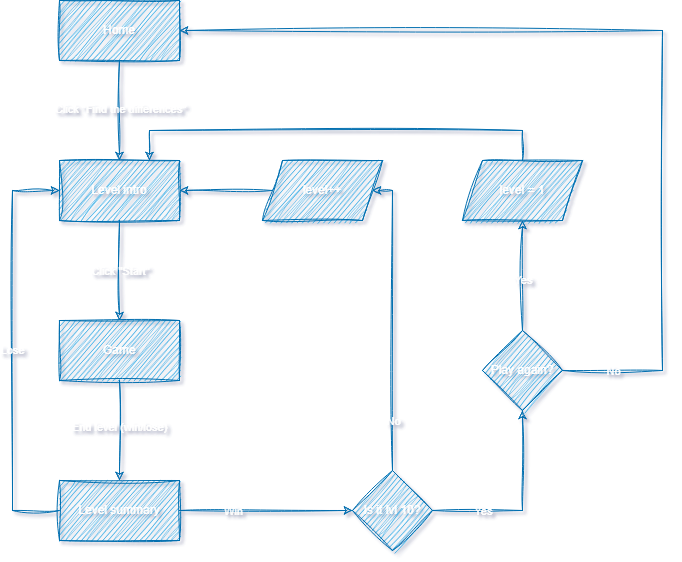
Earlier version of the draw.io export flowchart.png (vasilyoshev/ai-assistant). Source tidied: cells renumbered, new cells last; positions are measured from the earlier drawing's top-left corner, leaving out a move shared by most shapes.
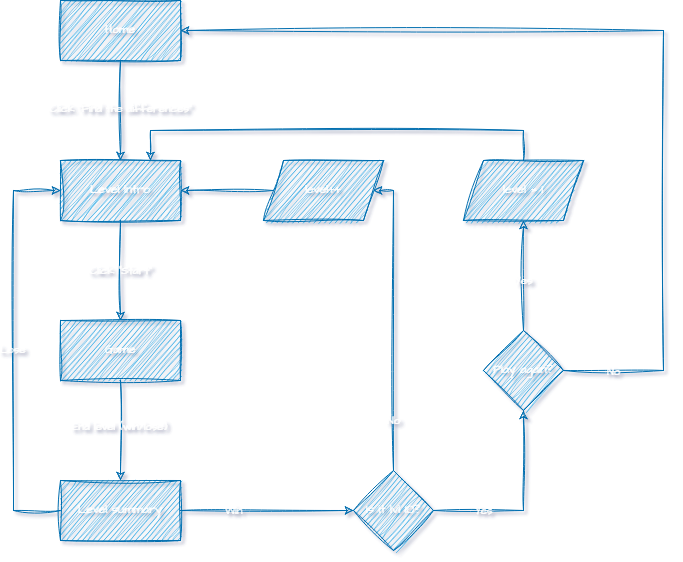
The same file after the commit.

The edit, as a diff of the source:
```diff
@@ -2,34 +2,34 @@
   <root>
     <mxCell id="0" />
     <mxCell id="1" parent="0" />
-    <mxCell id="2" style="edgeStyle=orthogonalEdgeStyle;rounded=0;jettySize=auto;html=1;labelBackgroundColor=none;fontColor=default;strokeColor=#006EAF;sketch=1;curveFitting=1;jiggle=2;strokeWidth=1;fillColor=#1ba1e2;" parent="1" edge="1" source="4" target="7">
+    <mxCell id="2" style="edgeStyle=orthogonalEdgeStyle;rounded=0;jettySize=auto;html=1;labelBackgroundColor=none;fontColor=default;strokeColor=#006EAF;sketch=1;curveFitting=1;jiggle=2;strokeWidth=1;fillColor=#1ba1e2;fontFamily=Architects Daughter;" parent="1" edge="1" source="4" target="7">
       <mxGeometry relative="1" as="geometry" />
     </mxCell>
-    <mxCell id="3" value="Click &quot;Find the differences&quot;" style="edgeLabel;html=1;align=center;verticalAlign=middle;labelBackgroundColor=none;rounded=0;fontColor=#FFFFFF;sketch=1;curveFitting=1;jiggle=2;" parent="2" vertex="1">
+    <mxCell id="3" value="Click &quot;Find the differences&quot;" style="edgeLabel;html=1;align=center;verticalAlign=middle;labelBackgroundColor=none;rounded=0;fontColor=#FFFFFF;sketch=1;curveFitting=1;jiggle=2;fontFamily=Architects Daughter;textShadow=0;" parent="2" vertex="1">
       <mxGeometry x="-0.04" relative="1" as="geometry" />
     </mxCell>
-    <mxCell id="4" value="Home" style="rounded=0;whiteSpace=wrap;html=1;labelBackgroundColor=none;strokeWidth=1;perimeterSpacing=0;sketch=1;curveFitting=1;jiggle=2;fillColor=#1ba1e2;fontColor=#ffffff;strokeColor=#006EAF;" parent="1" vertex="1">
+    <mxCell id="4" value="Home" style="rounded=0;whiteSpace=wrap;html=1;labelBackgroundColor=none;strokeWidth=1;perimeterSpacing=0;sketch=1;curveFitting=1;jiggle=2;fillColor=#1ba1e2;fontColor=#ffffff;strokeColor=#006EAF;fontFamily=Architects Daughter;textShadow=0;" parent="1" vertex="1">
       <mxGeometry x="47" width="120" height="60" as="geometry" />
     </mxCell>
-    <mxCell id="5" style="edgeStyle=orthogonalEdgeStyle;rounded=0;jettySize=auto;html=1;exitX=0.5;exitY=1;exitDx=0;exitDy=0;entryX=0.5;entryY=0;entryDx=0;entryDy=0;labelBackgroundColor=none;fontColor=default;strokeColor=#006EAF;sketch=1;curveFitting=1;jiggle=2;strokeWidth=1;fillColor=#1ba1e2;" parent="1" edge="1" source="7" target="10">
+    <mxCell id="5" style="edgeStyle=orthogonalEdgeStyle;rounded=0;jettySize=auto;html=1;exitX=0.5;exitY=1;exitDx=0;exitDy=0;entryX=0.5;entryY=0;entryDx=0;entryDy=0;labelBackgroundColor=none;fontColor=default;strokeColor=#006EAF;sketch=1;curveFitting=1;jiggle=2;strokeWidth=1;fillColor=#1ba1e2;fontFamily=Architects Daughter;" parent="1" edge="1" source="7" target="10">
       <mxGeometry relative="1" as="geometry" />
     </mxCell>
-    <mxCell id="6" value="Click &quot;Start&quot;" style="edgeLabel;html=1;align=center;verticalAlign=middle;labelBackgroundColor=none;rounded=0;fontColor=#FFFFFF;sketch=1;curveFitting=1;jiggle=2;" parent="5" vertex="1">
+    <mxCell id="6" value="Click &quot;Start&quot;" style="edgeLabel;html=1;align=center;verticalAlign=middle;labelBackgroundColor=none;rounded=0;fontColor=#FFFFFF;sketch=1;curveFitting=1;jiggle=2;fontFamily=Architects Daughter;" parent="5" vertex="1">
       <mxGeometry relative="1" as="geometry" />
     </mxCell>
-    <mxCell id="7" value="Level intro" style="rounded=0;whiteSpace=wrap;html=1;labelBackgroundColor=none;strokeWidth=1;sketch=1;curveFitting=1;jiggle=2;fillColor=#1ba1e2;fontColor=#ffffff;strokeColor=#006EAF;" parent="1" vertex="1">
+    <mxCell id="7" value="Level intro" style="rounded=0;whiteSpace=wrap;html=1;labelBackgroundColor=none;strokeWidth=1;sketch=1;curveFitting=1;jiggle=2;fillColor=#1ba1e2;fontColor=#ffffff;strokeColor=#006EAF;fontFamily=Architects Daughter;" parent="1" vertex="1">
       <mxGeometry x="47" y="160" width="120" height="60" as="geometry" />
     </mxCell>
-    <mxCell id="8" style="edgeStyle=orthogonalEdgeStyle;rounded=0;jettySize=auto;html=1;entryX=0.5;entryY=0;entryDx=0;entryDy=0;labelBackgroundColor=none;fontColor=default;strokeColor=#006EAF;sketch=1;curveFitting=1;jiggle=2;strokeWidth=1;fillColor=#1ba1e2;" parent="1" edge="1" source="10" target="15">
+    <mxCell id="8" style="edgeStyle=orthogonalEdgeStyle;rounded=0;jettySize=auto;html=1;entryX=0.5;entryY=0;entryDx=0;entryDy=0;labelBackgroundColor=none;fontColor=default;strokeColor=#006EAF;sketch=1;curveFitting=1;jiggle=2;strokeWidth=1;fillColor=#1ba1e2;fontFamily=Architects Daughter;" parent="1" edge="1" source="10" target="15">
       <mxGeometry relative="1" as="geometry" />
     </mxCell>
-    <mxCell id="9" value="End level (win/lose)" style="edgeLabel;html=1;align=center;verticalAlign=middle;labelBackgroundColor=none;rounded=0;fontColor=#FFFFFF;sketch=1;curveFitting=1;jiggle=2;" parent="8" vertex="1">
+    <mxCell id="9" value="End level (win/lose)" style="edgeLabel;html=1;align=center;verticalAlign=middle;labelBackgroundColor=none;rounded=0;fontColor=#FFFFFF;sketch=1;curveFitting=1;jiggle=2;fontFamily=Architects Daughter;" parent="8" vertex="1">
       <mxGeometry x="-0.08" y="-1" relative="1" as="geometry" />
     </mxCell>
-    <mxCell id="10" value="Game" style="rounded=0;whiteSpace=wrap;html=1;labelBackgroundColor=none;strokeWidth=1;sketch=1;curveFitting=1;jiggle=2;fillColor=#1ba1e2;fontColor=#ffffff;strokeColor=#006EAF;" parent="1" vertex="1">
+    <mxCell id="10" value="Game" style="rounded=0;whiteSpace=wrap;html=1;labelBackgroundColor=none;strokeWidth=1;sketch=1;curveFitting=1;jiggle=2;fillColor=#1ba1e2;fontColor=#ffffff;strokeColor=#006EAF;fontFamily=Architects Daughter;" parent="1" vertex="1">
       <mxGeometry x="47" y="320" width="120" height="60" as="geometry" />
     </mxCell>
-    <mxCell id="11" style="edgeStyle=orthogonalEdgeStyle;rounded=0;jettySize=auto;html=1;entryX=0;entryY=0.5;entryDx=0;entryDy=0;labelBackgroundColor=none;fontColor=default;strokeColor=#006EAF;sketch=1;curveFitting=1;jiggle=2;strokeWidth=1;fillColor=#1ba1e2;" parent="1" edge="1" source="15" target="7">
+    <mxCell id="11" style="edgeStyle=orthogonalEdgeStyle;rounded=0;jettySize=auto;html=1;entryX=0;entryY=0.5;entryDx=0;entryDy=0;labelBackgroundColor=none;fontColor=default;strokeColor=#006EAF;sketch=1;curveFitting=1;jiggle=2;strokeWidth=1;fillColor=#1ba1e2;fontFamily=Architects Daughter;" parent="1" edge="1" source="15" target="7">
       <mxGeometry relative="1" as="geometry">
         <Array as="points">
           <mxPoint y="510" />
@@ -37,58 +37,58 @@
         </Array>
       </mxGeometry>
     </mxCell>
-    <mxCell id="12" value="Lose" style="edgeLabel;html=1;align=center;verticalAlign=middle;labelBackgroundColor=none;rounded=0;fontColor=#FFFFFF;sketch=1;curveFitting=1;jiggle=2;" parent="11" vertex="1">
+    <mxCell id="12" value="Lose" style="edgeLabel;html=1;align=center;verticalAlign=middle;labelBackgroundColor=none;rounded=0;fontColor=#FFFFFF;sketch=1;curveFitting=1;jiggle=2;fontFamily=Architects Daughter;" parent="11" vertex="1">
       <mxGeometry x="0.01" y="1" relative="1" as="geometry" />
     </mxCell>
-    <mxCell id="13" style="edgeStyle=orthogonalEdgeStyle;rounded=0;jettySize=auto;html=1;exitX=1;exitY=0.5;exitDx=0;exitDy=0;labelBackgroundColor=none;fontColor=default;strokeColor=#006EAF;sketch=1;curveFitting=1;jiggle=2;strokeWidth=1;fillColor=#1ba1e2;" parent="1" edge="1" source="15" target="20">
+    <mxCell id="13" style="edgeStyle=orthogonalEdgeStyle;rounded=0;jettySize=auto;html=1;exitX=1;exitY=0.5;exitDx=0;exitDy=0;labelBackgroundColor=none;fontColor=default;strokeColor=#006EAF;sketch=1;curveFitting=1;jiggle=2;strokeWidth=1;fillColor=#1ba1e2;fontFamily=Architects Daughter;" parent="1" edge="1" source="15" target="20">
       <mxGeometry relative="1" as="geometry" />
     </mxCell>
-    <mxCell id="14" value="Win" style="edgeLabel;html=1;align=center;verticalAlign=middle;labelBackgroundColor=none;rounded=0;fontColor=#FFFFFF;sketch=1;curveFitting=1;jiggle=2;" parent="13" vertex="1">
+    <mxCell id="14" value="Win" style="edgeLabel;html=1;align=center;verticalAlign=middle;labelBackgroundColor=none;rounded=0;fontColor=#FFFFFF;sketch=1;curveFitting=1;jiggle=2;fontFamily=Architects Daughter;" parent="13" vertex="1">
       <mxGeometry x="-0.2" y="-1" relative="1" as="geometry">
         <mxPoint x="-16" y="-1" as="offset" />
       </mxGeometry>
     </mxCell>
-    <mxCell id="15" value="Level summary" style="rounded=0;whiteSpace=wrap;html=1;labelBackgroundColor=none;strokeWidth=1;sketch=1;curveFitting=1;jiggle=2;fillColor=#1ba1e2;fontColor=#ffffff;strokeColor=#006EAF;" parent="1" vertex="1">
+    <mxCell id="15" value="Level summary" style="rounded=0;whiteSpace=wrap;html=1;labelBackgroundColor=none;strokeWidth=1;sketch=1;curveFitting=1;jiggle=2;fillColor=#1ba1e2;fontColor=#ffffff;strokeColor=#006EAF;fontFamily=Architects Daughter;" parent="1" vertex="1">
       <mxGeometry x="47" y="480" width="120" height="60" as="geometry" />
     </mxCell>
-    <mxCell id="16" style="edgeStyle=orthogonalEdgeStyle;rounded=0;jettySize=auto;html=1;exitX=0.5;exitY=0;exitDx=0;exitDy=0;entryX=1;entryY=0.5;entryDx=0;entryDy=0;labelBackgroundColor=none;fontColor=default;strokeColor=#006EAF;sketch=1;curveFitting=1;jiggle=2;strokeWidth=1;fillColor=#1ba1e2;" parent="1" edge="1" source="20" target="22">
+    <mxCell id="16" style="edgeStyle=orthogonalEdgeStyle;rounded=0;jettySize=auto;html=1;exitX=0.5;exitY=0;exitDx=0;exitDy=0;entryX=1;entryY=0.5;entryDx=0;entryDy=0;labelBackgroundColor=none;fontColor=default;strokeColor=#006EAF;sketch=1;curveFitting=1;jiggle=2;strokeWidth=1;fillColor=#1ba1e2;fontFamily=Architects Daughter;" parent="1" edge="1" source="20" target="22">
       <mxGeometry relative="1" as="geometry">
         <Array as="points">
           <mxPoint x="380" y="190" />
         </Array>
       </mxGeometry>
     </mxCell>
-    <mxCell id="17" value="No" style="edgeLabel;html=1;align=center;verticalAlign=middle;labelBackgroundColor=none;rounded=0;fontColor=#FFFFFF;sketch=1;curveFitting=1;jiggle=2;" parent="16" vertex="1">
+    <mxCell id="17" value="No" style="edgeLabel;html=1;align=center;verticalAlign=middle;labelBackgroundColor=none;rounded=0;fontColor=#FFFFFF;sketch=1;curveFitting=1;jiggle=2;fontFamily=Architects Daughter;" parent="16" vertex="1">
       <mxGeometry x="0.29" y="2" relative="1" as="geometry">
         <mxPoint x="2" y="143" as="offset" />
       </mxGeometry>
     </mxCell>
-    <mxCell id="18" style="edgeStyle=orthogonalEdgeStyle;rounded=0;jettySize=auto;html=1;entryX=0.5;entryY=1;entryDx=0;entryDy=0;labelBackgroundColor=none;fontColor=default;strokeColor=#006EAF;sketch=1;curveFitting=1;jiggle=2;strokeWidth=1;fillColor=#1ba1e2;" parent="1" edge="1" source="20" target="27">
+    <mxCell id="18" style="edgeStyle=orthogonalEdgeStyle;rounded=0;jettySize=auto;html=1;entryX=0.5;entryY=1;entryDx=0;entryDy=0;labelBackgroundColor=none;fontColor=default;strokeColor=#006EAF;sketch=1;curveFitting=1;jiggle=2;strokeWidth=1;fillColor=#1ba1e2;fontFamily=Architects Daughter;" parent="1" edge="1" source="20" target="27">
       <mxGeometry relative="1" as="geometry" />
     </mxCell>
-    <mxCell id="19" value="Yes" style="edgeLabel;html=1;align=center;verticalAlign=middle;labelBackgroundColor=none;rounded=0;fontColor=#FFFFFF;sketch=1;curveFitting=1;jiggle=2;" parent="18" vertex="1">
+    <mxCell id="19" value="Yes" style="edgeLabel;html=1;align=center;verticalAlign=middle;labelBackgroundColor=none;rounded=0;fontColor=#FFFFFF;sketch=1;curveFitting=1;jiggle=2;fontFamily=Architects Daughter;" parent="18" vertex="1">
       <mxGeometry x="-0.02" relative="1" as="geometry">
         <mxPoint x="-40" y="3" as="offset" />
       </mxGeometry>
     </mxCell>
-    <mxCell id="20" value="Is it lvl 10?" style="rhombus;whiteSpace=wrap;html=1;labelBackgroundColor=none;rounded=0;strokeWidth=1;sketch=1;curveFitting=1;jiggle=2;fillColor=#1ba1e2;fontColor=#ffffff;strokeColor=#006EAF;" parent="1" vertex="1">
+    <mxCell id="20" value="Is it lvl 10?" style="rhombus;whiteSpace=wrap;html=1;labelBackgroundColor=none;rounded=0;strokeWidth=1;sketch=1;curveFitting=1;jiggle=2;fillColor=#1ba1e2;fontColor=#ffffff;strokeColor=#006EAF;fontFamily=Architects Daughter;" parent="1" vertex="1">
       <mxGeometry x="340" y="470" width="80" height="80" as="geometry" />
     </mxCell>
-    <mxCell id="21" style="edgeStyle=orthogonalEdgeStyle;rounded=0;jettySize=auto;html=1;labelBackgroundColor=none;fontColor=default;strokeColor=#006EAF;sketch=1;curveFitting=1;jiggle=2;strokeWidth=1;fillColor=#1ba1e2;" parent="1" edge="1" source="22" target="7">
+    <mxCell id="21" style="edgeStyle=orthogonalEdgeStyle;rounded=0;jettySize=auto;html=1;labelBackgroundColor=none;fontColor=default;strokeColor=#006EAF;sketch=1;curveFitting=1;jiggle=2;strokeWidth=1;fillColor=#1ba1e2;fontFamily=Architects Daughter;" parent="1" edge="1" source="22" target="7">
       <mxGeometry relative="1" as="geometry" />
     </mxCell>
-    <mxCell id="22" value="level++" style="shape=parallelogram;perimeter=parallelogramPerimeter;whiteSpace=wrap;html=1;fixedSize=1;labelBackgroundColor=none;rounded=0;strokeWidth=1;sketch=1;curveFitting=1;jiggle=2;fillColor=#1ba1e2;fontColor=#ffffff;strokeColor=#006EAF;" parent="1" vertex="1">
+    <mxCell id="22" value="level++" style="shape=parallelogram;perimeter=parallelogramPerimeter;whiteSpace=wrap;html=1;fixedSize=1;labelBackgroundColor=none;rounded=0;strokeWidth=1;sketch=1;curveFitting=1;jiggle=2;fillColor=#1ba1e2;fontColor=#ffffff;strokeColor=#006EAF;fontFamily=Architects Daughter;" parent="1" vertex="1">
       <mxGeometry x="250" y="160" width="120" height="60" as="geometry" />
     </mxCell>
-    <mxCell id="23" style="edgeStyle=orthogonalEdgeStyle;rounded=0;jettySize=auto;html=1;entryX=0.5;entryY=1;entryDx=0;entryDy=0;labelBackgroundColor=none;fontColor=default;strokeColor=#006EAF;sketch=1;curveFitting=1;jiggle=2;strokeWidth=1;fillColor=#1ba1e2;" parent="1" edge="1" source="27" target="29">
+    <mxCell id="23" style="edgeStyle=orthogonalEdgeStyle;rounded=0;jettySize=auto;html=1;entryX=0.5;entryY=1;entryDx=0;entryDy=0;labelBackgroundColor=none;fontColor=default;strokeColor=#006EAF;sketch=1;curveFitting=1;jiggle=2;strokeWidth=1;fillColor=#1ba1e2;fontFamily=Architects Daughter;" parent="1" edge="1" source="27" target="29">
       <mxGeometry relative="1" as="geometry" />
     </mxCell>
-    <mxCell id="24" value="Yes" style="edgeLabel;html=1;align=center;verticalAlign=middle;labelBackgroundColor=none;rounded=0;fontColor=#FFFFFF;sketch=1;curveFitting=1;jiggle=2;" parent="23" vertex="1">
+    <mxCell id="24" value="Yes" style="edgeLabel;html=1;align=center;verticalAlign=middle;labelBackgroundColor=none;rounded=0;fontColor=#FFFFFF;sketch=1;curveFitting=1;jiggle=2;fontFamily=Architects Daughter;" parent="23" vertex="1">
       <mxGeometry x="-0.01" relative="1" as="geometry">
         <mxPoint y="4" as="offset" />
       </mxGeometry>
     </mxCell>
-    <mxCell id="25" style="edgeStyle=orthogonalEdgeStyle;rounded=0;jettySize=auto;html=1;entryX=1;entryY=0.5;entryDx=0;entryDy=0;labelBackgroundColor=none;fontColor=default;strokeColor=#006EAF;sketch=1;curveFitting=1;jiggle=2;strokeWidth=1;fillColor=#1ba1e2;" parent="1" edge="1" source="27" target="4">
+    <mxCell id="25" style="edgeStyle=orthogonalEdgeStyle;rounded=0;jettySize=auto;html=1;entryX=1;entryY=0.5;entryDx=0;entryDy=0;labelBackgroundColor=none;fontColor=default;strokeColor=#006EAF;sketch=1;curveFitting=1;jiggle=2;strokeWidth=1;fillColor=#1ba1e2;fontFamily=Architects Daughter;" parent="1" edge="1" source="27" target="4">
       <mxGeometry relative="1" as="geometry">
         <Array as="points">
           <mxPoint x="650" y="370" />
@@ -96,15 +96,15 @@
         </Array>
       </mxGeometry>
     </mxCell>
-    <mxCell id="26" value="No" style="edgeLabel;html=1;align=center;verticalAlign=middle;labelBackgroundColor=none;rounded=0;fontColor=#FFFFFF;sketch=1;curveFitting=1;jiggle=2;" parent="25" vertex="1">
+    <mxCell id="26" value="No" style="edgeLabel;html=1;align=center;verticalAlign=middle;labelBackgroundColor=none;rounded=0;fontColor=#FFFFFF;sketch=1;curveFitting=1;jiggle=2;fontFamily=Architects Daughter;" parent="25" vertex="1">
       <mxGeometry x="-0.44" y="-1" relative="1" as="geometry">
         <mxPoint x="-51" y="158" as="offset" />
       </mxGeometry>
     </mxCell>
-    <mxCell id="27" value="Play again?" style="rhombus;whiteSpace=wrap;html=1;labelBackgroundColor=none;rounded=0;strokeWidth=1;sketch=1;curveFitting=1;jiggle=2;fillColor=#1ba1e2;fontColor=#ffffff;strokeColor=#006EAF;" parent="1" vertex="1">
+    <mxCell id="27" value="Play again?" style="rhombus;whiteSpace=wrap;html=1;labelBackgroundColor=none;rounded=0;strokeWidth=1;sketch=1;curveFitting=1;jiggle=2;fillColor=#1ba1e2;fontColor=#ffffff;strokeColor=#006EAF;fontFamily=Architects Daughter;" parent="1" vertex="1">
       <mxGeometry x="470" y="330" width="80" height="80" as="geometry" />
     </mxCell>
-    <mxCell id="28" style="edgeStyle=orthogonalEdgeStyle;rounded=0;jettySize=auto;html=1;entryX=0.75;entryY=0;entryDx=0;entryDy=0;labelBackgroundColor=none;fontColor=default;strokeColor=#006EAF;sketch=1;curveFitting=1;jiggle=2;strokeWidth=1;fillColor=#1ba1e2;" parent="1" edge="1" source="29" target="7">
+    <mxCell id="28" style="edgeStyle=orthogonalEdgeStyle;rounded=0;jettySize=auto;html=1;entryX=0.75;entryY=0;entryDx=0;entryDy=0;labelBackgroundColor=none;fontColor=default;strokeColor=#006EAF;sketch=1;curveFitting=1;jiggle=2;strokeWidth=1;fillColor=#1ba1e2;fontFamily=Architects Daughter;" parent="1" edge="1" source="29" target="7">
       <mxGeometry relative="1" as="geometry">
         <Array as="points">
           <mxPoint x="510" y="130" />
@@ -112,7 +112,7 @@
         </Array>
       </mxGeometry>
     </mxCell>
-    <mxCell id="29" value="level = 1" style="shape=parallelogram;perimeter=parallelogramPerimeter;whiteSpace=wrap;html=1;fixedSize=1;labelBackgroundColor=none;rounded=0;strokeWidth=1;sketch=1;curveFitting=1;jiggle=2;fillColor=#1ba1e2;fontColor=#ffffff;strokeColor=#006EAF;" parent="1" vertex="1">
+    <mxCell id="29" value="level = 1" style="shape=parallelogram;perimeter=parallelogramPerimeter;whiteSpace=wrap;html=1;fixedSize=1;labelBackgroundColor=none;rounded=0;strokeWidth=1;sketch=1;curveFitting=1;jiggle=2;fillColor=#1ba1e2;fontColor=#ffffff;strokeColor=#006EAF;fontFamily=Architects Daughter;" parent="1" vertex="1">
       <mxGeometry x="450" y="160" width="120" height="60" as="geometry" />
     </mxCell>
   </root>
```
